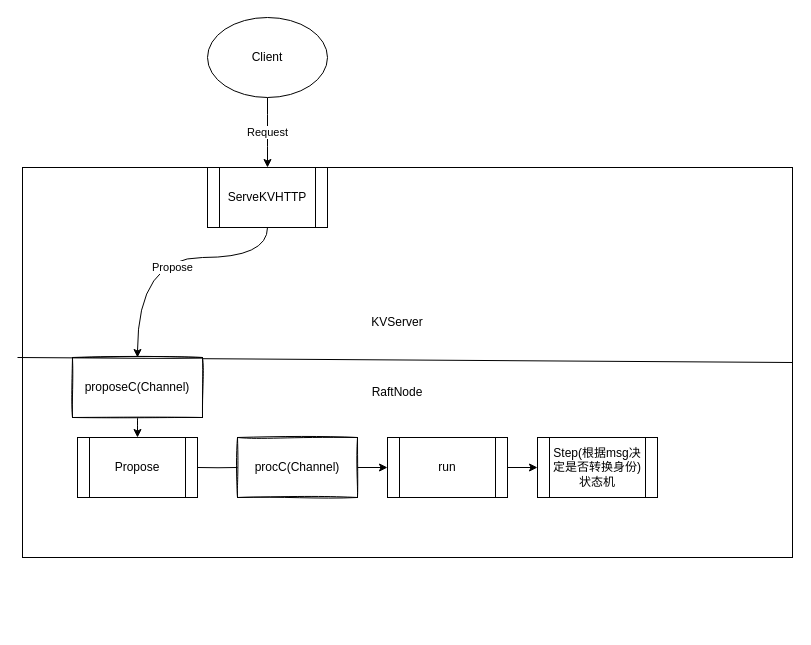
Before: etcd_raftNode.drawio in LxkdGithub/draw.io, a draw.io diagram. Source tidied: cells renumbered, new cells numbered last; positions are measured from the earlier drawing's top-left corner, leaving out a move shared by most shapes. Both pictures are drawn from the tidied source at 100%, with x=0, y=0 at pixel (17, 17).
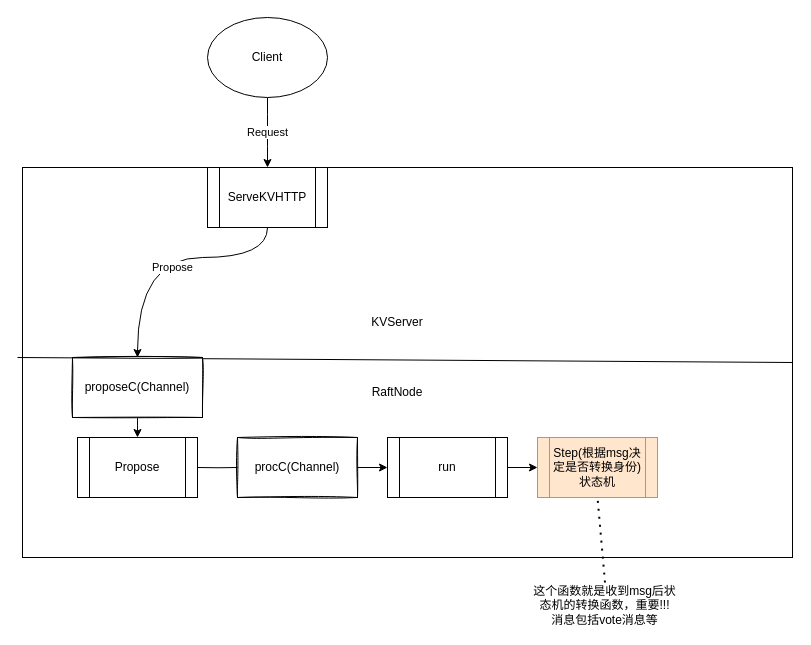
Above is the later version.

What changed in the source:
```diff
@@
-    <mxCell id="21" value="Step(根据msg决定是否转换身份)&lt;br&gt;状态机" style="shape=process;whiteSpace=wrap;html=1;backgroundOutline=1;sketch=0;" parent="1" vertex="1">
+    <mxCell id="21" value="Step(根据msg决定是否转换身份)&lt;br&gt;状态机" style="shape=process;whiteSpace=wrap;html=1;backgroundOutline=1;sketch=0;fillColor=#ffe6cc;strokeColor=#d79b00;" parent="1" vertex="1">
       <mxGeometry x="520" y="420" width="120" height="60" as="geometry" />
     </mxCell>
+    <mxCell id="22" value="这个函数就是收到msg后状态机的转换函数，重要!!! 消息包括vote消息等" style="text;html=1;strokeColor=none;fillColor=none;align=center;verticalAlign=middle;whiteSpace=wrap;rounded=0;sketch=0;" parent="1" vertex="1">
+      <mxGeometry x="515" y="565" width="145" height="45" as="geometry" />
+    </mxCell>
+    <mxCell id="23" style="endArrow=none;dashed=1;html=1;dashPattern=1 3;strokeWidth=2;rounded=0;entryX=0.5;entryY=1;entryDx=0;entryDy=0;exitX=0.5;exitY=0;exitDx=0;exitDy=0;" parent="1" edge="1" source="22" target="21">
+      <mxGeometry relative="1" as="geometry" />
+    </mxCell>
```
